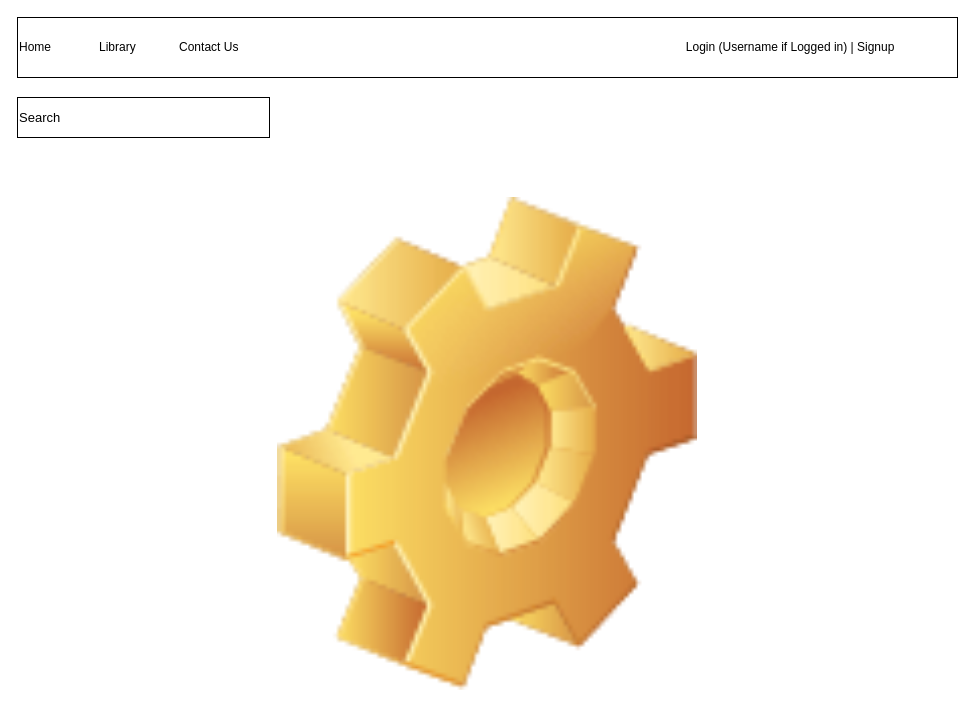
miringan/fullStackLibrary keeps this draw.io diagram as page "Homepage" (1 of 5) of plan.drawio. Above is the earlier version. Source tidied: cells renumbered, new cells numbered last; positions are measured from the earlier drawing's top-left corner, leaving out a move shared by most shapes. Both pictures are drawn from the tidied source at 100%, with x=0, y=0 at pixel (17, 17).
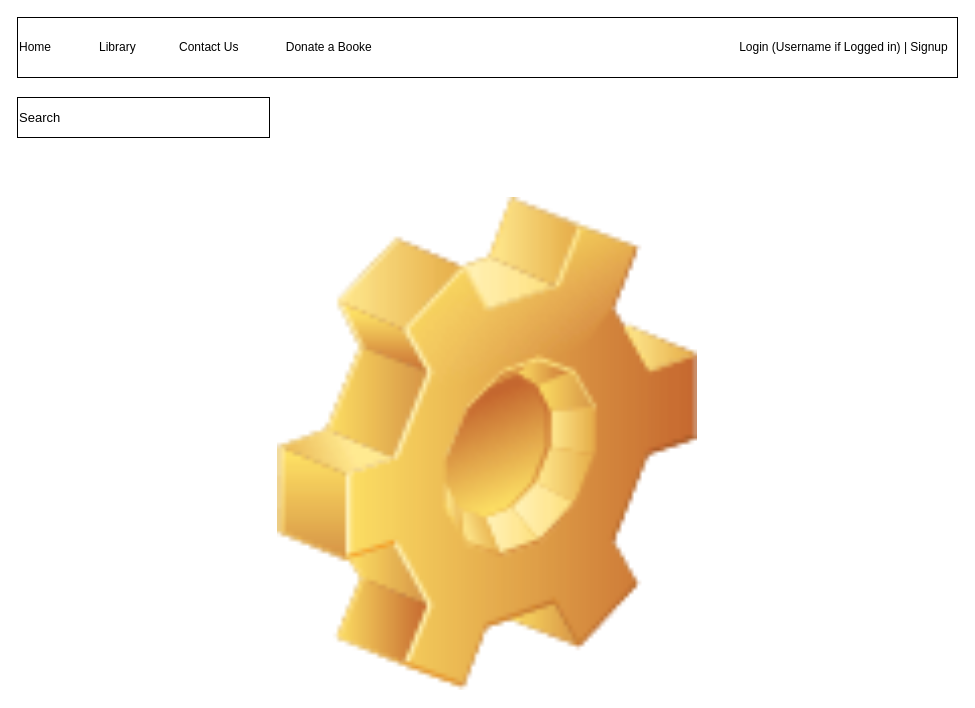
The same page after the edit.

What changed in the source:
```diff
@@
 <mxGraphModel>
   <root>
     <mxCell id="0" />
     <mxCell id="1" parent="0" />
     <mxCell id="2" style="shape=image;html=1;verticalLabelPosition=bottom;verticalAlign=top;imageAspect=1;image=img/clipart/Gear_128x128.png;fontSize=13;" parent="1" vertex="1">
       <mxGeometry x="260" y="180" width="420" height="492.7" as="geometry" />
     </mxCell>
-    <mxCell id="3" value="Home&lt;span style=&quot;white-space: pre&quot;&gt;&#9;&lt;/span&gt;&lt;span style=&quot;white-space: pre&quot;&gt;&#9;&lt;/span&gt;Library&lt;span style=&quot;white-space: pre&quot;&gt;&#9;&lt;/span&gt;&lt;span style=&quot;white-space: pre&quot;&gt;&#9;&lt;/span&gt;Contact Us&lt;span style=&quot;white-space: pre&quot;&gt;&#9;&lt;/span&gt;&lt;span style=&quot;white-space: pre&quot;&gt;&#9;&lt;span style=&quot;white-space: pre&quot;&gt;&#9;&lt;/span&gt;&lt;span style=&quot;white-space: pre&quot;&gt;&#9;&lt;/span&gt;&lt;span style=&quot;white-space: pre&quot;&gt;&#9;&lt;/span&gt;&lt;span style=&quot;white-space: pre&quot;&gt;&#9;&lt;/span&gt;&lt;span style=&quot;white-space: pre&quot;&gt;&#9;&lt;/span&gt;&lt;span style=&quot;white-space: pre&quot;&gt;&#9;&lt;/span&gt;&lt;span style=&quot;white-space: pre&quot;&gt;&#9;&lt;/span&gt;&lt;span style=&quot;white-space: pre&quot;&gt;&#9;&lt;/span&gt;&lt;span style=&quot;white-space: pre&quot;&gt;&#9;&lt;/span&gt;&lt;span style=&quot;white-space: pre&quot;&gt;&#9;&lt;/span&gt;&lt;span style=&quot;white-space: pre&quot;&gt;&#9;&lt;/span&gt;&lt;span style=&quot;white-space: pre&quot;&gt;&#9;&lt;/span&gt;&lt;span style=&quot;white-space: pre&quot;&gt;&#9;&lt;/span&gt;&lt;span style=&quot;white-space: pre&quot;&gt;&#9;&lt;/span&gt;&lt;span style=&quot;white-space: pre&quot;&gt;&#9;&lt;/span&gt;L&lt;/span&gt;ogin (Username if Logged in) | Signup" style="rounded=0;whiteSpace=wrap;html=1;align=left;" parent="1" vertex="1">
+    <mxCell id="3" value="Home&lt;span style=&quot;white-space: pre&quot;&gt;&#9;&lt;/span&gt;&lt;span style=&quot;white-space: pre&quot;&gt;&#9;&lt;/span&gt;Library&lt;span style=&quot;white-space: pre&quot;&gt;&#9;&lt;/span&gt;&lt;span style=&quot;white-space: pre&quot;&gt;&#9;&lt;/span&gt;Contact Us&lt;span style=&quot;white-space: pre&quot;&gt;&#9;&lt;span style=&quot;white-space: pre&quot;&gt;&#9;&lt;/span&gt;&lt;/span&gt;&lt;span style=&quot;white-space: pre&quot;&gt;D&lt;/span&gt;onate a Booke&amp;nbsp;&lt;span style=&quot;white-space: pre&quot;&gt;&#9;&lt;/span&gt;&lt;span style=&quot;white-space: pre&quot;&gt;&#9;&lt;/span&gt;&lt;span style=&quot;white-space: pre&quot;&gt;&#9;&lt;/span&gt;&lt;span style=&quot;white-space: pre&quot;&gt;&#9;&lt;/span&gt;&lt;span style=&quot;white-space: pre&quot;&gt;&#9;&lt;/span&gt;&lt;span style=&quot;white-space: pre&quot;&gt;&#9;&lt;/span&gt;&lt;span style=&quot;white-space: pre&quot;&gt;&#9;&lt;/span&gt;&lt;span style=&quot;white-space: pre&quot;&gt;&#9;&lt;/span&gt;&lt;span style=&quot;white-space: pre&quot;&gt;&#9;&lt;/span&gt;&lt;span style=&quot;white-space: pre&quot;&gt;&#9;&lt;/span&gt;&lt;span style=&quot;white-space: pre&quot;&gt;&#9;&lt;/span&gt;&lt;span style=&quot;white-space: pre&quot;&gt;&#9;&lt;/span&gt;&lt;span style=&quot;white-space: pre&quot;&gt;&#9;&lt;/span&gt;&lt;span style=&quot;white-space: pre&quot;&gt;&#9;&lt;/span&gt;Login (Username if Logged in) | Signup" style="rounded=0;whiteSpace=wrap;html=1;align=left;" parent="1" vertex="1">
       <mxGeometry width="940" height="60" as="geometry" />
     </mxCell>
     <mxCell id="4" value="Search" style="rounded=0;whiteSpace=wrap;html=1;fontSize=13;align=left;" parent="1" vertex="1">
       <mxGeometry y="80" width="252" height="40" as="geometry" />
     </mxCell>
   </root>
 </mxGraphModel>
```
